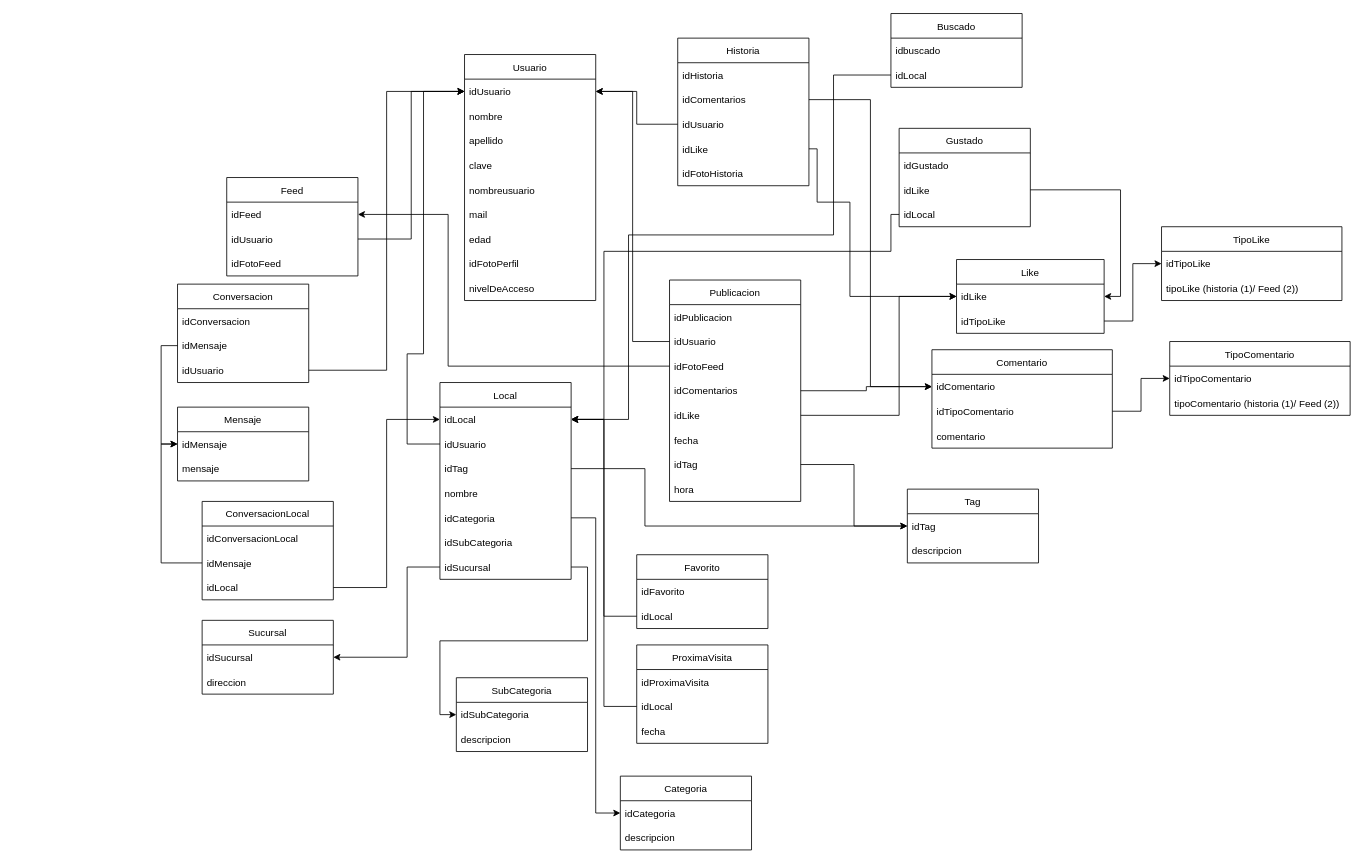
Before: Documentacion/Diagrama Base de datos.drawio in AgusDunovits/Sitio, a draw.io diagram. Source tidied: cells renumbered, new cells numbered last; positions are measured from the earlier drawing's top-left corner, leaving out a move shared by most shapes. Both pictures are drawn from the tidied source at 82%, with x=0, y=0 at pixel (177, 13).
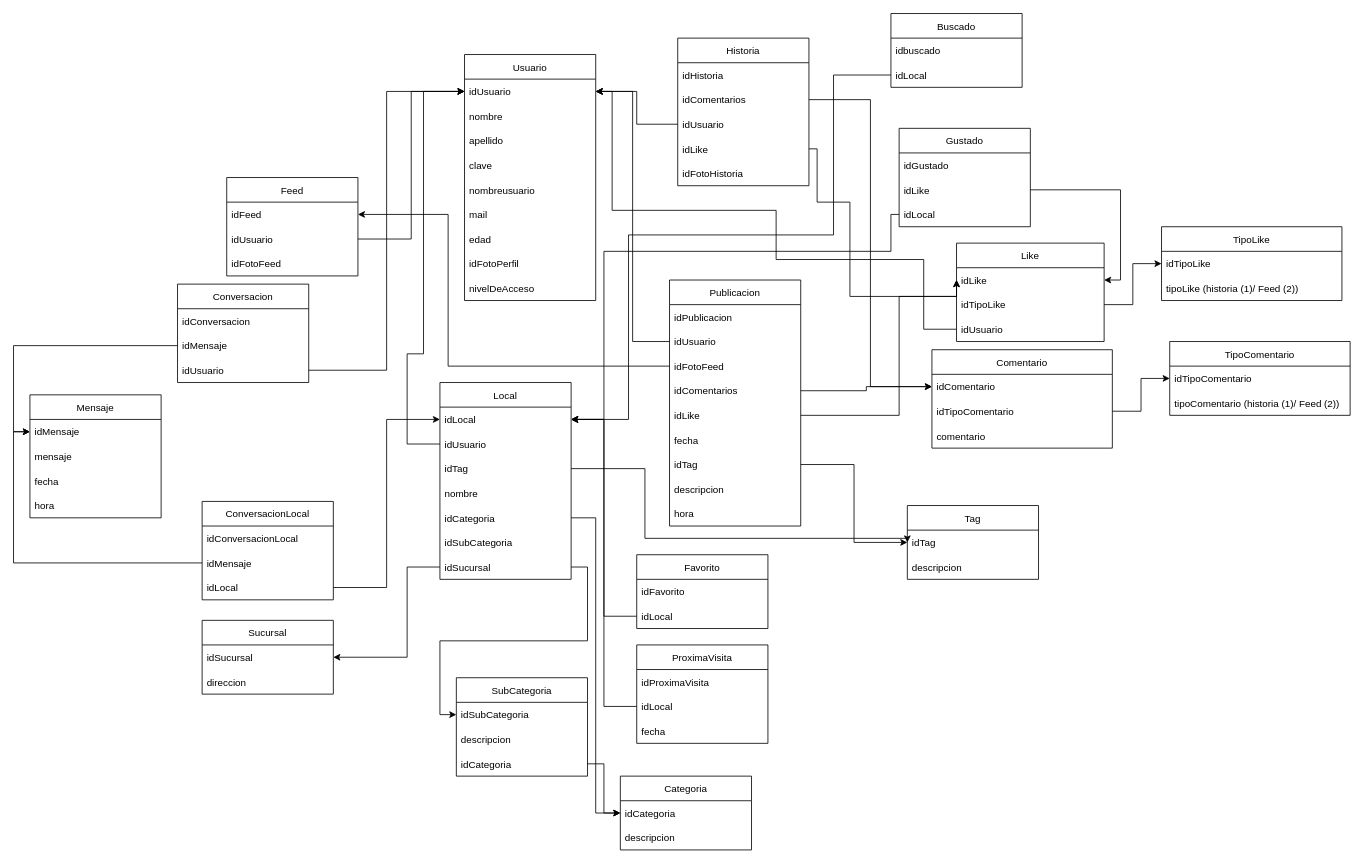
Above is the later version.

The change refers to these unchanged cells:
```xml
<mxCell id="3" value="idUsuario" style="text;strokeColor=none;fillColor=none;align=left;verticalAlign=middle;spacingLeft=4;spacingRight=4;overflow=hidden;points=[[0,0.5],[1,0.5]];portConstraint=eastwest;" parent="2" vertex="1">
  <mxGeometry y="30" width="160" height="30" as="geometry" />
</mxCell>
<mxCell id="15" value="idTag" style="text;strokeColor=none;fillColor=none;align=left;verticalAlign=middle;spacingLeft=4;spacingRight=4;overflow=hidden;points=[[0,0.5],[1,0.5]];portConstraint=eastwest;" parent="12" vertex="1">
  <mxGeometry y="90" width="160" height="30" as="geometry" />
</mxCell>
<mxCell id="65" value="idCategoria" style="text;strokeColor=none;fillColor=none;align=left;verticalAlign=middle;spacingLeft=4;spacingRight=4;overflow=hidden;points=[[0,0.5],[1,0.5]];portConstraint=eastwest;" parent="64" vertex="1">
  <mxGeometry y="30" width="160" height="30" as="geometry" />
</mxCell>
<mxCell id="94" value="idTag" style="text;strokeColor=none;fillColor=none;align=left;verticalAlign=middle;spacingLeft=4;spacingRight=4;overflow=hidden;points=[[0,0.5],[1,0.5]];portConstraint=eastwest;" parent="93" vertex="1">
  <mxGeometry y="30" width="160" height="30" as="geometry" />
</mxCell>
```

The edit, as a diff of the source:
```diff
@@
     <mxCell id="20" value="Publicacion" style="swimlane;fontStyle=0;horizontal=1;startSize=30;" parent="1" vertex="1">
-      <mxGeometry x="600" y="325" width="160" height="270" as="geometry" />
+      <mxGeometry x="600" y="325" width="160" height="300" as="geometry" />
     </mxCell>
@@
+    <mxCell id="114" value="descripcion" style="text;strokeColor=none;fillColor=none;align=left;verticalAlign=middle;spacingLeft=4;spacingRight=4;overflow=hidden;" parent="20" vertex="1">
+      <mxGeometry y="240" width="160" height="30" as="geometry" />
+    </mxCell>
     <mxCell id="28" value="hora" style="text;strokeColor=none;fillColor=none;align=left;verticalAlign=middle;spacingLeft=4;spacingRight=4;overflow=hidden;" parent="20" vertex="1">
-      <mxGeometry y="240" width="160" height="30" as="geometry" />
+      <mxGeometry y="270" width="160" height="30" as="geometry" />
     </mxCell>
@@
     <mxCell id="38" value="Like" style="swimlane;fontStyle=0;horizontal=1;startSize=30;" parent="1" vertex="1">
-      <mxGeometry x="950" y="300" width="180" height="90" as="geometry" />
+      <mxGeometry x="950" y="280" width="180" height="120" as="geometry" />
     </mxCell>
@@
+    <mxCell id="115" value="idUsuario" style="text;strokeColor=none;fillColor=none;align=left;verticalAlign=middle;spacingLeft=4;spacingRight=4;overflow=hidden;points=[[0,0.5],[1,0.5]];portConstraint=eastwest;" parent="38" vertex="1">
+      <mxGeometry y="90" width="180" height="30" as="geometry" />
+    </mxCell>
@@
     <mxCell id="45" value="Mensaje" style="swimlane;fontStyle=0;horizontal=1;startSize=30;" parent="1" vertex="1">
-      <mxGeometry y="480" width="160" height="90" as="geometry" />
+      <mxGeometry x="-180" y="465" width="160" height="150" as="geometry" />
     </mxCell>
@@
+    <mxCell id="116" value="mensaje" style="text;strokeColor=none;fillColor=none;align=left;verticalAlign=middle;spacingLeft=4;spacingRight=4;overflow=hidden;" parent="45" vertex="1">
+      <mxGeometry y="60" width="160" height="30" as="geometry" />
+    </mxCell>
+    <mxCell id="117" value="fecha" style="text;strokeColor=none;fillColor=none;align=left;verticalAlign=middle;spacingLeft=4;spacingRight=4;overflow=hidden;" parent="45" vertex="1">
+      <mxGeometry y="90" width="160" height="30" as="geometry" />
+    </mxCell>
-    <mxCell id="47" value="mensaje" style="text;strokeColor=none;fillColor=none;align=left;verticalAlign=middle;spacingLeft=4;spacingRight=4;overflow=hidden;" parent="45" vertex="1">
-      <mxGeometry y="60" width="160" height="30" as="geometry" />
+    <mxCell id="47" value="hora" style="text;strokeColor=none;fillColor=none;align=left;verticalAlign=middle;spacingLeft=4;spacingRight=4;overflow=hidden;" parent="45" vertex="1">
+      <mxGeometry y="120" width="160" height="30" as="geometry" />
     </mxCell>
@@
     <mxCell id="67" value="SubCategoria" style="swimlane;fontStyle=0;horizontal=1;startSize=30;" parent="1" vertex="1">
-      <mxGeometry x="340" y="810" width="160" height="90" as="geometry" />
+      <mxGeometry x="340" y="810" width="160" height="120" as="geometry" />
     </mxCell>
@@
+    <mxCell id="118" value="idCategoria" style="text;strokeColor=none;fillColor=none;align=left;verticalAlign=middle;spacingLeft=4;spacingRight=4;overflow=hidden;points=[[0,0.5],[1,0.5]];portConstraint=eastwest;" parent="67" vertex="1">
+      <mxGeometry y="90" width="160" height="30" as="geometry" />
+    </mxCell>
@@
     <mxCell id="93" value="Tag" style="swimlane;fontStyle=0;horizontal=1;startSize=30;" parent="1" vertex="1">
-      <mxGeometry x="890" y="580" width="160" height="90" as="geometry" />
+      <mxGeometry x="890" y="600" width="160" height="90" as="geometry" />
     </mxCell>
@@
     <mxCell id="96" style="edgeStyle=orthogonalEdgeStyle;rounded=0;jettySize=auto;html=1;entryX=0;entryY=0.5;entryDx=0;entryDy=0;" parent="1" edge="1" source="15" target="94">
       <mxGeometry relative="1" as="geometry">
         <Array as="points">
           <mxPoint x="570" y="555" />
-          <mxPoint x="570" y="625" />
+          <mxPoint x="570" y="640" />
+          <mxPoint x="890" y="640" />
         </Array>
       </mxGeometry>
     </mxCell>
@@
+    <mxCell id="119" style="edgeStyle=orthogonalEdgeStyle;rounded=0;jettySize=auto;html=1;entryX=0;entryY=0.5;entryDx=0;entryDy=0;" parent="1" edge="1" source="118" target="65">
+      <mxGeometry relative="1" as="geometry" />
+    </mxCell>
+    <mxCell id="120" style="edgeStyle=orthogonalEdgeStyle;rounded=0;jettySize=auto;html=1;entryX=1;entryY=0.5;entryDx=0;entryDy=0;" parent="1" edge="1" source="115" target="3">
+      <mxGeometry relative="1" as="geometry">
+        <Array as="points">
+          <mxPoint x="910" y="385" />
+          <mxPoint x="910" y="300" />
+          <mxPoint x="730" y="300" />
+          <mxPoint x="730" y="240" />
+          <mxPoint x="530" y="240" />
+          <mxPoint x="530" y="95" />
+        </Array>
+      </mxGeometry>
+    </mxCell>
```
